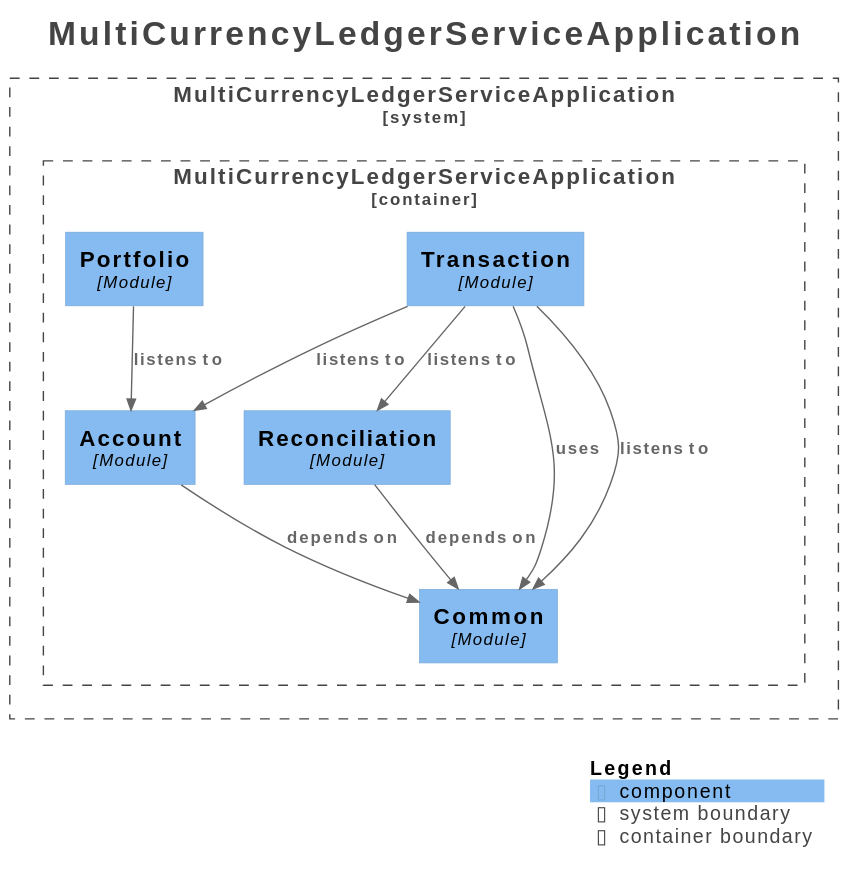
Before: docs/architecture/modulith/components.svg, a diagram exported from PlantUML (RaonJena99/multi-currency-ledger-service).
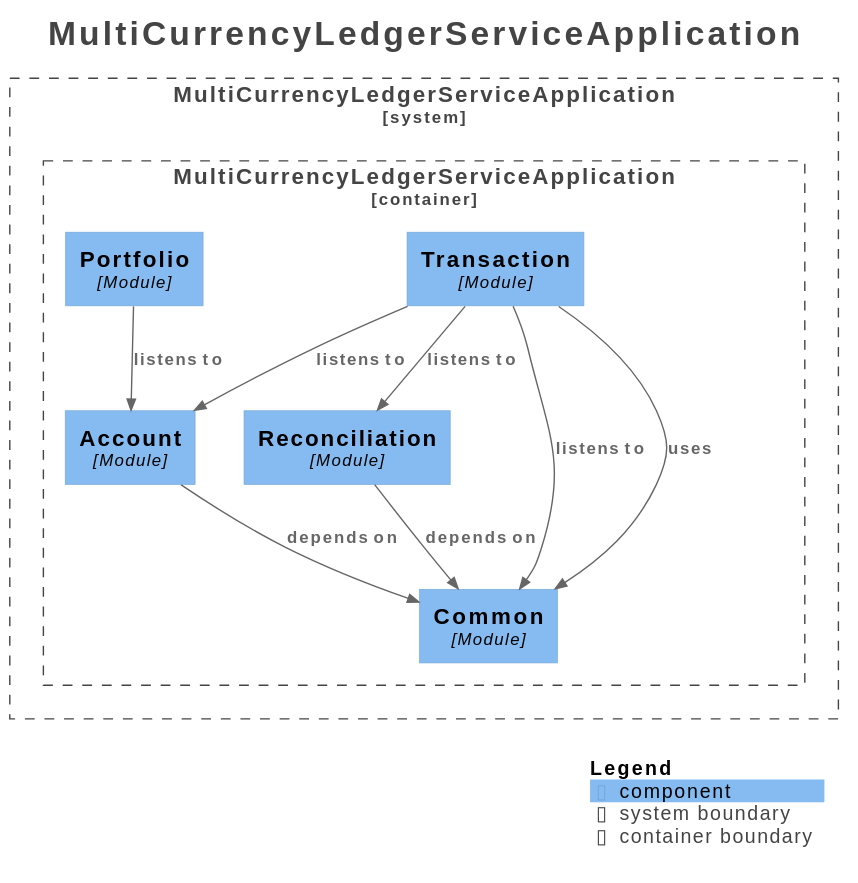
Later version of the same file.

Commit message:
docs(readme): 아키텍처 다이어그램 및 README 자동 동기화

The edit, as a diff of the source:
```diff
@@ -26,13 +26,13 @@
 
 }
 
+Rel(MultiCurrencyLedgerServiceApplication.MultiCurrencyLedgerServiceApplication.Transaction, MultiCurrencyLedgerServiceApplication.MultiCurrencyLedgerServiceApplication.Common, "listens to", $techn="", $tags="", $link="")
 Rel(MultiCurrencyLedgerServiceApplication.MultiCurrencyLedgerServiceApplication.Transaction, MultiCurrencyLedgerServiceApplication.MultiCurrencyLedgerServiceApplication.Account, "listens to", $techn="", $tags="", $link="")
 Rel(MultiCurrencyLedgerServiceApplication.MultiCurrencyLedgerServiceApplication.Transaction, MultiCurrencyLedgerServiceApplication.MultiCurrencyLedgerServiceApplication.Reconciliation, "listens to", $techn="", $tags="", $link="")
 Rel(MultiCurrencyLedgerServiceApplication.MultiCurrencyLedgerServiceApplication.Transaction, MultiCurrencyLedgerServiceApplication.MultiCurrencyLedgerServiceApplication.Common, "uses", $techn="", $tags="", $link="")
 Rel(MultiCurrencyLedgerServiceApplication.MultiCurrencyLedgerServiceApplication.Portfolio, MultiCurrencyLedgerServiceApplication.MultiCurrencyLedgerServiceApplication.Account, "listens to", $techn="", $tags="", $link="")
+Rel(MultiCurrencyLedgerServiceApplication.MultiCurrencyLedgerServiceApplication.Account, MultiCurrencyLedgerServiceApplication.MultiCurrencyLedgerServiceApplication.Common, "depends on", $techn="", $tags="", $link="")
 Rel(MultiCurrencyLedgerServiceApplication.MultiCurrencyLedgerServiceApplication.Reconciliation, MultiCurrencyLedgerServiceApplication.MultiCurrencyLedgerServiceApplication.Common, "depends on", $techn="", $tags="", $link="")
-Rel(MultiCurrencyLedgerServiceApplication.MultiCurrencyLedgerServiceApplication.Account, MultiCurrencyLedgerServiceApplication.MultiCurrencyLedgerServiceApplication.Common, "depends on", $techn="", $tags="", $link="")
-Rel(MultiCurrencyLedgerServiceApplication.MultiCurrencyLedgerServiceApplication.Transaction, MultiCurrencyLedgerServiceApplication.MultiCurrencyLedgerServiceApplication.Common, "listens to", $techn="", $tags="", $link="")
 
 SHOW_LEGEND(true)
 hide stereotypes
```
